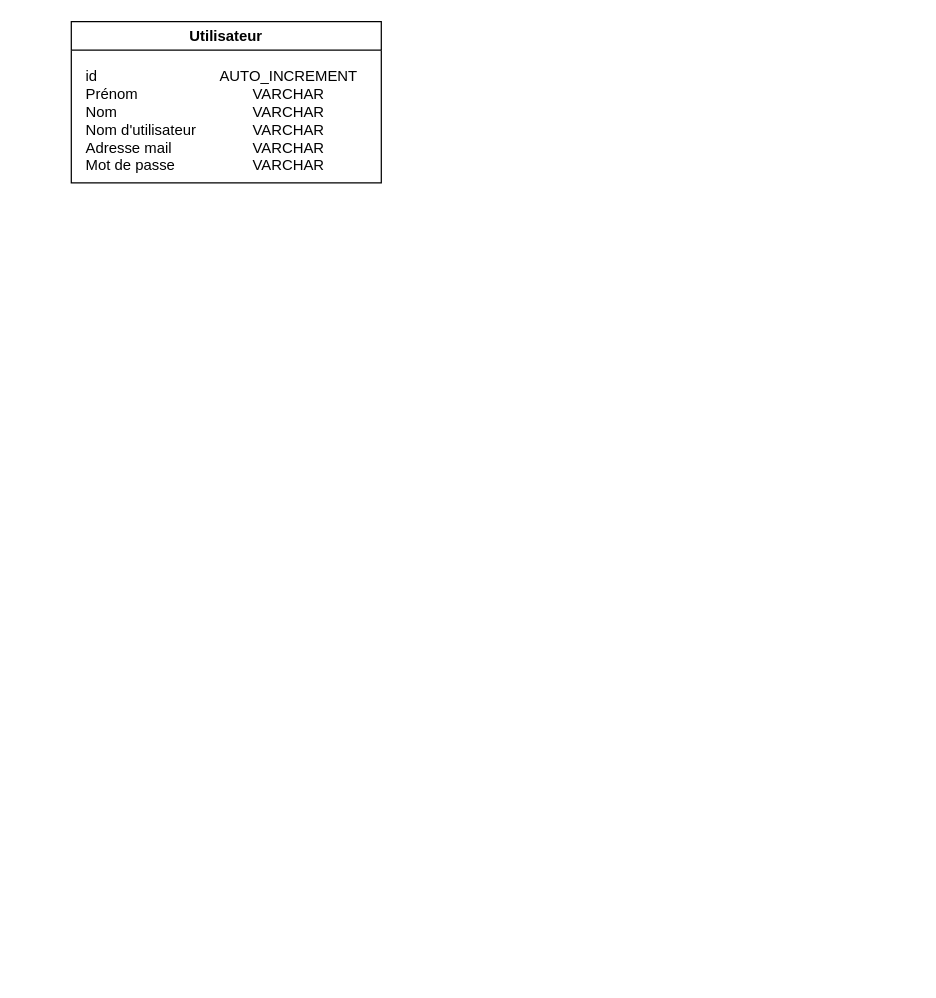
The draw.io diagram MCD.drawio in Thifanie/cinephoria, before the edit. Source tidied: cells renumbered, new cells numbered last; positions are measured from the earlier drawing's top-left corner, leaving out a move shared by most shapes. Both pictures are drawn from the tidied source at 124%, with x=0, y=0 at pixel (71, 21).
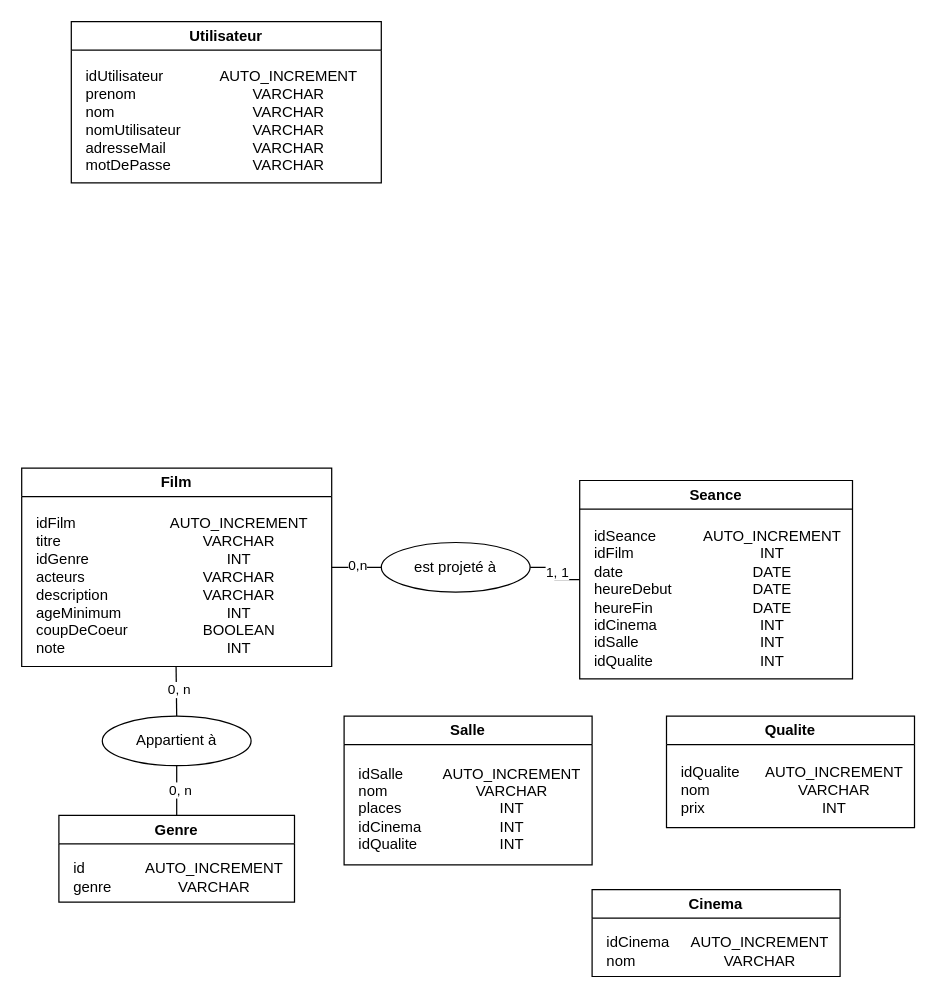
The same diagram, later.

Commit message (it also covers changes not shown here):
Mettre à jour MCD.drawio

The change refers to these unchanged cells:
```xml
<mxCell id="2" value="Utilisateur" style="swimlane;whiteSpace=wrap;html=1;fillColor=#FFFFFF;gradientColor=none;swimlaneLine=1;rounded=0;shadow=0;glass=0;" parent="1" vertex="1">
  <mxGeometry width="250" height="130" as="geometry" />
</mxCell>
```

Change to the diagram source:
```diff
@@
-    <mxCell id="4" value="id&lt;div&gt;Prénom&lt;div&gt;Nom&lt;/div&gt;&lt;/div&gt;&lt;div style=&quot;&quot;&gt;Nom d'utilisateur&lt;/div&gt;&lt;div&gt;Adresse mail&lt;/div&gt;&lt;div&gt;Mot de passe&lt;/div&gt;" style="text;html=1;align=left;verticalAlign=middle;strokeColor=none;fillColor=none;" parent="2" vertex="1">
-      <mxGeometry x="10" y="30" width="110" height="100" as="geometry" />
+    <mxCell id="4" value="idUtilisateur&lt;div&gt;prenom&lt;div&gt;nom&lt;/div&gt;&lt;/div&gt;&lt;div style=&quot;&quot;&gt;nomUtilisateur&lt;/div&gt;&lt;div&gt;adresseMail&lt;/div&gt;&lt;div&gt;motDePasse&lt;/div&gt;" style="text;html=1;align=left;verticalAlign=middle;strokeColor=none;fillColor=none;" parent="2" vertex="1">
+      <mxGeometry x="10" y="30" width="100" height="100" as="geometry" />
     </mxCell>
+    <mxCell id="5" style="edgeStyle=orthogonalEdgeStyle;rounded=0;jettySize=auto;html=1;exitX=1;exitY=0.5;exitDx=0;exitDy=0;entryX=0;entryY=0.5;entryDx=0;entryDy=0;strokeColor=default;endArrow=none;endFill=0;" parent="1" edge="1" source="7" target="23">
+      <mxGeometry relative="1" as="geometry" />
+    </mxCell>
+    <mxCell id="6" value="0,n" style="edgeLabel;html=1;align=center;verticalAlign=middle;" parent="5" vertex="1">
+      <mxGeometry y="2" relative="1" as="geometry" />
+    </mxCell>
+    <mxCell id="7" value="Film" style="swimlane;whiteSpace=wrap;html=1;fillColor=#FFFFFF;gradientColor=none;swimlaneLine=1;rounded=0;shadow=0;glass=0;" parent="1" vertex="1">
+      <mxGeometry x="-40" y="360" width="250" height="160" as="geometry" />
+    </mxCell>
+    <mxCell id="8" value="AUTO_INCREMENT&lt;div&gt;VARCHAR&lt;/div&gt;&lt;div&gt;INT&lt;/div&gt;&lt;div&gt;VARCHAR&lt;/div&gt;&lt;div&gt;VARCHAR&lt;/div&gt;&lt;div&gt;INT&lt;/div&gt;&lt;div&gt;BOOLEAN&lt;/div&gt;&lt;div&gt;INT&lt;/div&gt;" style="text;html=1;align=center;verticalAlign=middle;strokeColor=none;fillColor=none;" parent="7" vertex="1">
+      <mxGeometry x="110" y="30" width="130" height="130" as="geometry" />
+    </mxCell>
+    <mxCell id="9" value="idFilm&lt;div&gt;titre&lt;div&gt;idGenre&lt;/div&gt;&lt;/div&gt;&lt;div style=&quot;&quot;&gt;acteurs&lt;/div&gt;&lt;div&gt;description&lt;/div&gt;&lt;div&gt;ageMinimum&lt;/div&gt;&lt;div&gt;coupDeCoeur&lt;/div&gt;&lt;div&gt;note&lt;/div&gt;" style="text;html=1;align=left;verticalAlign=middle;strokeColor=none;fillColor=none;" parent="7" vertex="1">
+      <mxGeometry x="10" y="30" width="100" height="130" as="geometry" />
+    </mxCell>
+    <mxCell id="10" value="Genre" style="swimlane;whiteSpace=wrap;html=1;fillColor=#FFFFFF;gradientColor=none;swimlaneLine=1;rounded=0;shadow=0;glass=0;" parent="1" vertex="1">
+      <mxGeometry x="-10" y="640" width="190" height="70" as="geometry" />
+    </mxCell>
+    <mxCell id="11" value="AUTO_INCREMENT&lt;div&gt;VARCHAR&lt;/div&gt;" style="text;html=1;align=center;verticalAlign=middle;strokeColor=none;fillColor=none;" parent="10" vertex="1">
+      <mxGeometry x="60" y="30" width="130" height="40" as="geometry" />
+    </mxCell>
+    <mxCell id="12" value="id&lt;div&gt;genre&lt;/div&gt;" style="text;html=1;align=left;verticalAlign=middle;strokeColor=none;fillColor=none;" parent="10" vertex="1">
+      <mxGeometry x="10" y="30" width="50" height="40" as="geometry" />
+    </mxCell>
+    <mxCell id="13" value="Appartient à" style="ellipse;whiteSpace=wrap;html=1;" parent="1" vertex="1">
+      <mxGeometry x="25" y="560" width="120" height="40" as="geometry" />
+    </mxCell>
+    <mxCell id="14" style="endArrow=none;html=1;rounded=0;exitX=0.5;exitY=0;exitDx=0;exitDy=0;" parent="1" edge="1" source="13">
+      <mxGeometry relative="1" as="geometry">
+        <mxPoint x="84.5" y="520" as="targetPoint" />
+      </mxGeometry>
+    </mxCell>
+    <mxCell id="15" value="0, n" style="edgeLabel;html=1;align=center;verticalAlign=middle;" parent="14" vertex="1">
+      <mxGeometry x="0.03" y="-2" relative="1" as="geometry" />
+    </mxCell>
+    <mxCell id="16" style="endArrow=none;html=1;rounded=0;exitX=0.5;exitY=0;exitDx=0;exitDy=0;entryX=0.5;entryY=1;entryDx=0;entryDy=0;" parent="1" edge="1" source="10" target="13">
+      <mxGeometry relative="1" as="geometry" />
+    </mxCell>
+    <mxCell id="17" value="0, n" style="edgeLabel;html=1;align=center;verticalAlign=middle;" parent="16" vertex="1">
+      <mxGeometry x="0.03" y="-2" relative="1" as="geometry" />
+    </mxCell>
+    <mxCell id="18" value="Seance" style="swimlane;whiteSpace=wrap;html=1;fillColor=#FFFFFF;gradientColor=none;swimlaneLine=1;rounded=0;shadow=0;glass=0;" parent="1" vertex="1">
+      <mxGeometry x="410" y="370" width="220" height="160" as="geometry" />
+    </mxCell>
+    <mxCell id="19" value="AUTO_INCREMENT&lt;div&gt;INT&lt;/div&gt;&lt;div&gt;DATE&lt;/div&gt;&lt;div&gt;DATE&lt;/div&gt;&lt;div&gt;DATE&lt;/div&gt;&lt;div&gt;INT&lt;/div&gt;&lt;div&gt;INT&lt;/div&gt;&lt;div&gt;INT&lt;/div&gt;" style="text;html=1;align=center;verticalAlign=middle;strokeColor=none;fillColor=none;" parent="18" vertex="1">
+      <mxGeometry x="90" y="30" width="130" height="130" as="geometry" />
+    </mxCell>
+    <mxCell id="20" value="idSeance&lt;div&gt;idFilm&lt;br&gt;&lt;div&gt;date&lt;/div&gt;&lt;/div&gt;&lt;div style=&quot;&quot;&gt;heureDebut&lt;/div&gt;&lt;div&gt;heureFin&lt;/div&gt;&lt;div&gt;idCinema&lt;/div&gt;&lt;div&gt;idSalle&lt;/div&gt;&lt;div&gt;idQualite&lt;/div&gt;" style="text;html=1;align=left;verticalAlign=middle;strokeColor=none;fillColor=none;" parent="18" vertex="1">
+      <mxGeometry x="10" y="30" width="90" height="130" as="geometry" />
+    </mxCell>
+    <mxCell id="21" style="edgeStyle=orthogonalEdgeStyle;rounded=0;jettySize=auto;html=1;exitX=1;exitY=0.5;exitDx=0;exitDy=0;entryX=0;entryY=0.5;entryDx=0;entryDy=0;endArrow=none;endFill=0;" parent="1" edge="1" source="23" target="18">
+      <mxGeometry relative="1" as="geometry" />
+    </mxCell>
+    <mxCell id="22" value="1, 1" style="edgeLabel;html=1;align=center;verticalAlign=middle;" parent="21" vertex="1">
+      <mxGeometry x="-0.1" y="1" relative="1" as="geometry" />
+    </mxCell>
+    <mxCell id="23" value="est projeté à" style="ellipse;whiteSpace=wrap;html=1;" parent="1" vertex="1">
+      <mxGeometry x="250" y="420" width="120" height="40" as="geometry" />
+    </mxCell>
+    <mxCell id="24" value="Salle" style="swimlane;whiteSpace=wrap;html=1;fillColor=#FFFFFF;gradientColor=none;swimlaneLine=1;rounded=0;shadow=0;glass=0;" parent="1" vertex="1">
+      <mxGeometry x="220" y="560" width="200" height="120" as="geometry" />
+    </mxCell>
+    <mxCell id="25" value="AUTO_INCREMENT&lt;div&gt;VARCHAR&lt;/div&gt;&lt;div&gt;INT&lt;/div&gt;&lt;div&gt;&lt;span style=&quot;background-color: transparent; color: light-dark(rgb(0, 0, 0), rgb(255, 255, 255));&quot;&gt;INT&lt;/span&gt;&lt;/div&gt;&lt;div&gt;INT&lt;/div&gt;" style="text;html=1;align=center;verticalAlign=middle;strokeColor=none;fillColor=none;" parent="24" vertex="1">
+      <mxGeometry x="70" y="30" width="130" height="90" as="geometry" />
+    </mxCell>
+    <mxCell id="26" value="idSalle&lt;div&gt;nom&lt;br&gt;&lt;div&gt;places&lt;/div&gt;&lt;/div&gt;&lt;div&gt;idCinema&lt;/div&gt;&lt;div&gt;idQualite&lt;/div&gt;" style="text;html=1;align=left;verticalAlign=middle;strokeColor=none;fillColor=none;" parent="24" vertex="1">
+      <mxGeometry x="10" y="30" width="70" height="90" as="geometry" />
+    </mxCell>
+    <mxCell id="27" value="Qualite" style="swimlane;whiteSpace=wrap;html=1;fillColor=#FFFFFF;gradientColor=none;swimlaneLine=1;rounded=0;shadow=0;glass=0;" parent="1" vertex="1">
+      <mxGeometry x="480" y="560" width="200" height="90" as="geometry" />
+    </mxCell>
+    <mxCell id="28" value="AUTO_INCREMENT&lt;div&gt;VARCHAR&lt;/div&gt;&lt;div&gt;INT&lt;/div&gt;" style="text;html=1;align=center;verticalAlign=middle;strokeColor=none;fillColor=none;" parent="27" vertex="1">
+      <mxGeometry x="70" y="30" width="130" height="60" as="geometry" />
+    </mxCell>
+    <mxCell id="29" value="idQualite&lt;div&gt;nom&lt;br&gt;&lt;div&gt;prix&lt;/div&gt;&lt;/div&gt;" style="text;html=1;align=left;verticalAlign=middle;strokeColor=none;fillColor=none;" parent="27" vertex="1">
+      <mxGeometry x="10" y="30" width="70" height="60" as="geometry" />
+    </mxCell>
+    <mxCell id="30" value="Cinema" style="swimlane;whiteSpace=wrap;html=1;fillColor=#FFFFFF;gradientColor=none;swimlaneLine=1;rounded=0;shadow=0;glass=0;" parent="1" vertex="1">
+      <mxGeometry x="420" y="700" width="200" height="70" as="geometry" />
+    </mxCell>
+    <mxCell id="31" value="AUTO_INCREMENT&lt;div&gt;VARCHAR&lt;/div&gt;" style="text;html=1;align=center;verticalAlign=middle;strokeColor=none;fillColor=none;" parent="30" vertex="1">
+      <mxGeometry x="70" y="30" width="130" height="40" as="geometry" />
+    </mxCell>
+    <mxCell id="32" value="idCinema&lt;div&gt;nom&lt;/div&gt;" style="text;html=1;align=left;verticalAlign=middle;strokeColor=none;fillColor=none;" parent="30" vertex="1">
+      <mxGeometry x="10" y="30" width="70" height="40" as="geometry" />
+    </mxCell>
```
